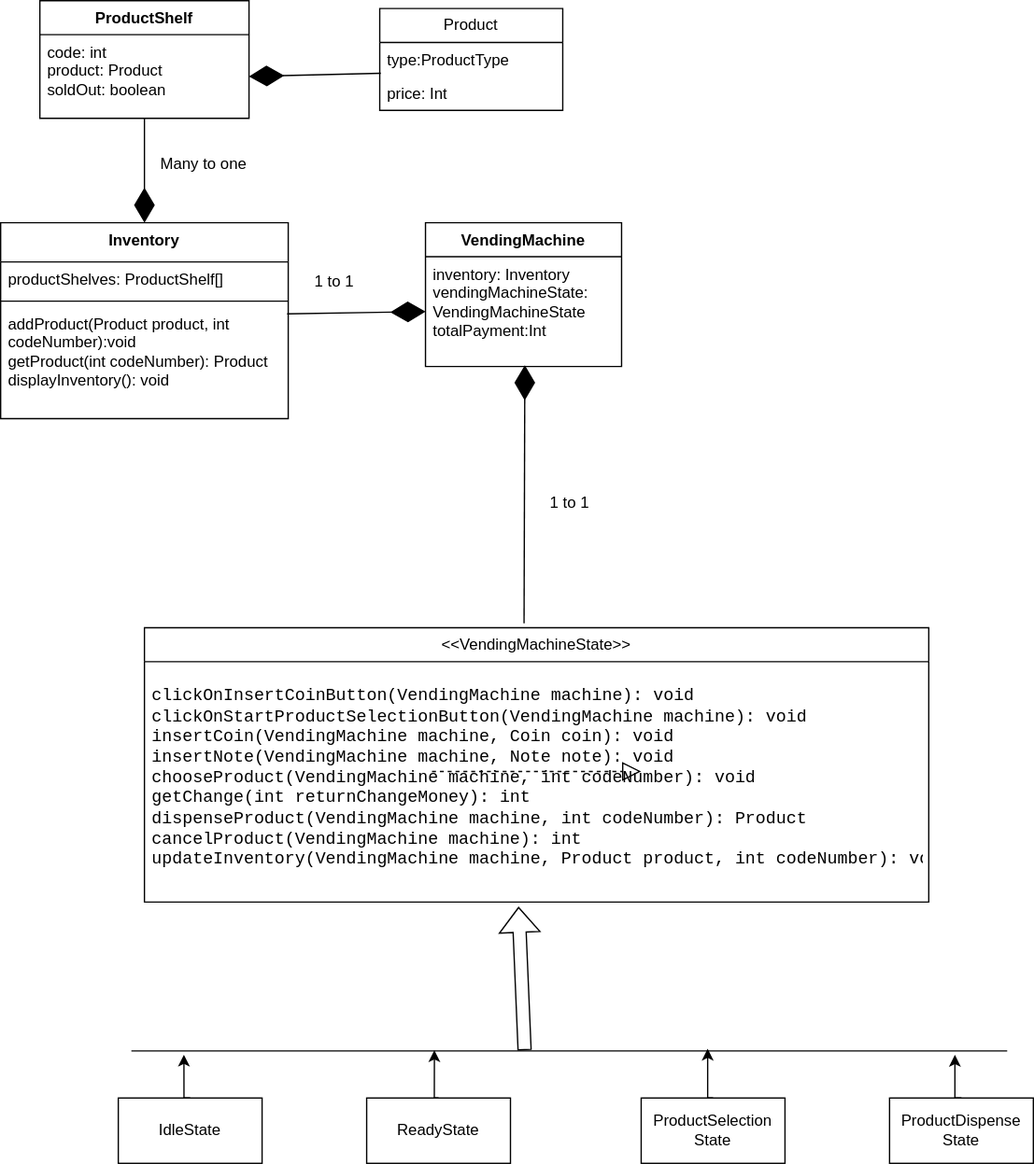
The draw.io diagram src/main/java/lld/vendingmachine/UMldiagram.drawio.svg in chetansj27/design-patterns-code, before a commit. Source tidied: cells renumbered, new cells last; positions are measured from the earlier drawing's top-left corner, leaving out a move shared by most shapes.
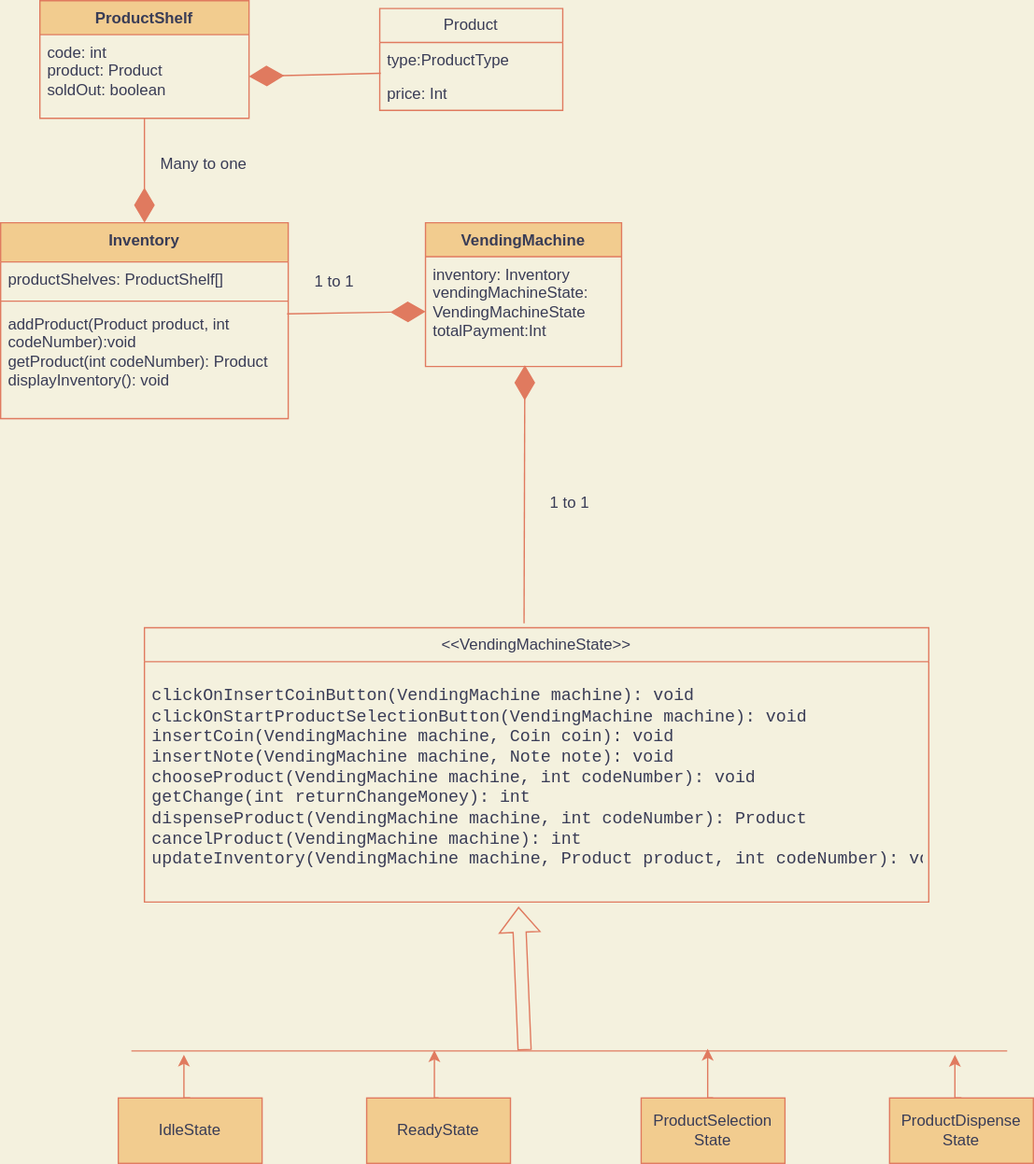
After the commit.

Commit message:
vending machine

What changed in the source:
```diff
@@ -1,107 +1,101 @@
-<mxGraphModel>
+<mxGraphModel background="#F4F1DE">
   <root>
     <mxCell id="0" />
     <mxCell id="1" parent="0" />
-    <mxCell id="2" value="VendingMachine" style="swimlane;fontStyle=1;align=center;verticalAlign=top;horizontal=1;startSize=26;whiteSpace=wrap;html=1;" parent="1" vertex="1">
+    <mxCell id="2" value="VendingMachine" style="swimlane;fontStyle=1;align=center;verticalAlign=top;horizontal=1;startSize=26;whiteSpace=wrap;html=1;fillColor=#F2CC8F;strokeColor=#E07A5F;fontColor=#393C56;" parent="1" vertex="1">
       <mxGeometry x="325" y="170" width="150" height="110" as="geometry" />
     </mxCell>
-    <mxCell id="3" value="inventory: Inventory&lt;div&gt;vendingMachineState: VendingMachineState&lt;/div&gt;&lt;div&gt;totalPayment:Int&lt;/div&gt;" style="text;strokeColor=none;fillColor=none;align=left;verticalAlign=top;spacingLeft=4;spacingRight=4;overflow=hidden;points=[[0,0.5],[1,0.5]];portConstraint=eastwest;whiteSpace=wrap;html=1;" parent="2" vertex="1">
+    <mxCell id="3" value="inventory: Inventory&lt;div&gt;vendingMachineState: VendingMachineState&lt;/div&gt;&lt;div&gt;totalPayment:Int&lt;/div&gt;" style="text;strokeColor=none;fillColor=none;align=left;verticalAlign=top;spacingLeft=4;spacingRight=4;overflow=hidden;points=[[0,0.5],[1,0.5]];portConstraint=eastwest;whiteSpace=wrap;html=1;fontColor=#393C56;" parent="2" vertex="1">
       <mxGeometry y="26" width="150" height="84" as="geometry" />
     </mxCell>
-    <mxCell id="4" value="&amp;lt;&amp;lt;VendingMachineState&amp;gt;&amp;gt;" style="swimlane;fontStyle=0;horizontal=1;startSize=26;fillColor=none;whiteSpace=wrap;html=1;" parent="1" vertex="1">
+    <mxCell id="4" value="&amp;lt;&amp;lt;VendingMachineState&amp;gt;&amp;gt;" style="swimlane;fontStyle=0;horizontal=1;startSize=26;fillColor=none;whiteSpace=wrap;html=1;strokeColor=#E07A5F;fontColor=#393C56;" parent="1" vertex="1">
       <mxGeometry x="110" y="480" width="600" height="210" as="geometry" />
     </mxCell>
-    <mxCell id="5" value="&lt;div style=&quot;&quot;&gt;&lt;pre style=&quot;&quot;&gt;&lt;font face=&quot;JetBrains Mono, monospace&quot;&gt;&lt;span style=&quot;font-size: 13.0667px;&quot;&gt;clickOnInsertCoinButton(VendingMachine machine): void&lt;br&gt;clickOnStartProductSelectionButton(VendingMachine machine): void&lt;br&gt;insertCoin(VendingMachine machine, Coin coin): void&lt;br&gt;insertNote(VendingMachine machine, Note note): void&lt;br&gt;chooseProduct(VendingMachine machine, int codeNumber): void&lt;br&gt;getChange(int returnChangeMoney): int&lt;br&gt;dispenseProduct(VendingMachine machine, int codeNumber): Product&lt;br&gt;cancelProduct(VendingMachine machine): int&lt;br&gt;updateInventory(VendingMachine machine, Product product, int codeNumber): void&lt;/span&gt;&lt;span style=&quot;font-size: 9.8pt;&quot;&gt;&lt;br&gt;&lt;/span&gt;&lt;/font&gt;&lt;/pre&gt;&lt;/div&gt;" style="text;strokeColor=none;fillColor=none;align=left;verticalAlign=top;spacingLeft=4;spacingRight=4;overflow=hidden;points=[[0,0.5],[1,0.5]];portConstraint=eastwest;whiteSpace=wrap;html=1;fontColor=default;labelBackgroundColor=none;" parent="4" vertex="1">
+    <mxCell id="5" value="&lt;div style=&quot;&quot;&gt;&lt;pre style=&quot;&quot;&gt;&lt;font face=&quot;JetBrains Mono, monospace&quot;&gt;&lt;span style=&quot;font-size: 13.0667px;&quot;&gt;clickOnInsertCoinButton(VendingMachine machine): void&lt;br&gt;clickOnStartProductSelectionButton(VendingMachine machine): void&lt;br&gt;insertCoin(VendingMachine machine, Coin coin): void&lt;br&gt;insertNote(VendingMachine machine, Note note): void&lt;br&gt;chooseProduct(VendingMachine machine, int codeNumber): void&lt;br&gt;getChange(int returnChangeMoney): int&lt;br&gt;dispenseProduct(VendingMachine machine, int codeNumber): Product&lt;br&gt;cancelProduct(VendingMachine machine): int&lt;br&gt;updateInventory(VendingMachine machine, Product product, int codeNumber): void&lt;/span&gt;&lt;span style=&quot;font-size: 9.8pt;&quot;&gt;&lt;br&gt;&lt;/span&gt;&lt;/font&gt;&lt;/pre&gt;&lt;/div&gt;" style="text;strokeColor=none;fillColor=none;align=left;verticalAlign=top;spacingLeft=4;spacingRight=4;overflow=hidden;points=[[0,0.5],[1,0.5]];portConstraint=eastwest;whiteSpace=wrap;html=1;fontColor=#393C56;labelBackgroundColor=none;" parent="4" vertex="1">
       <mxGeometry y="26" width="600" height="184" as="geometry" />
     </mxCell>
-    <mxCell id="6" style="endArrow=diamondThin;endFill=1;endSize=24;html=1;rounded=0;exitX=0.484;exitY=-0.016;exitDx=0;exitDy=0;exitPerimeter=0;" parent="1" edge="1" source="4">
+    <mxCell id="6" style="endArrow=diamondThin;endFill=1;endSize=24;html=1;rounded=0;exitX=0.484;exitY=-0.016;exitDx=0;exitDy=0;exitPerimeter=0;labelBackgroundColor=#F4F1DE;strokeColor=#E07A5F;fontColor=#393C56;" parent="1" edge="1" source="4">
       <mxGeometry relative="1" as="geometry">
         <mxPoint x="401" y="279" as="targetPoint" />
       </mxGeometry>
     </mxCell>
-    <mxCell id="7" value="1 to 1" style="text;html=1;align=center;verticalAlign=middle;strokeColor=none;fillColor=none;" parent="1" vertex="1">
+    <mxCell id="7" value="1 to 1" style="text;html=1;align=center;verticalAlign=middle;strokeColor=none;fillColor=none;fontColor=#393C56;" parent="1" vertex="1">
       <mxGeometry x="410" y="370" width="50" height="30" as="geometry" />
     </mxCell>
-    <mxCell id="8" style="endArrow=block;dashed=1;endFill=0;endSize=12;html=1;rounded=0;" parent="1" edge="1">
-      <mxGeometry relative="1" as="geometry">
-        <mxPoint x="330" y="590" as="sourcePoint" />
-        <mxPoint x="490" y="590" as="targetPoint" />
-      </mxGeometry>
-    </mxCell>
-    <mxCell id="9" style="shape=flexArrow;endArrow=classic;html=1;rounded=0;entryX=0.477;entryY=1.02;entryDx=0;entryDy=0;entryPerimeter=0;exitX=0.449;exitY=0.429;exitDx=0;exitDy=0;exitPerimeter=0;" parent="1" edge="1" source="11" target="5">
+    <mxCell id="9" style="shape=flexArrow;endArrow=classic;html=1;rounded=0;entryX=0.477;entryY=1.02;entryDx=0;entryDy=0;entryPerimeter=0;exitX=0.449;exitY=0.429;exitDx=0;exitDy=0;exitPerimeter=0;labelBackgroundColor=#F4F1DE;strokeColor=#E07A5F;fontColor=#393C56;" parent="1" edge="1" source="11" target="5">
       <mxGeometry relative="1" as="geometry" />
     </mxCell>
-    <mxCell id="10" value="IdleState" style="html=1;whiteSpace=wrap;" parent="1" vertex="1">
+    <mxCell id="10" value="IdleState" style="html=1;whiteSpace=wrap;fillColor=#F2CC8F;strokeColor=#E07A5F;fontColor=#393C56;" parent="1" vertex="1">
       <mxGeometry x="90" y="840" width="110" height="50" as="geometry" />
     </mxCell>
-    <mxCell id="11" style="line;strokeWidth=1;fillColor=none;align=left;verticalAlign=middle;spacingTop=-1;spacingLeft=3;spacingRight=3;labelPosition=right;points=[];portConstraint=eastwest;strokeColor=inherit;" parent="1" vertex="1">
+    <mxCell id="11" style="line;strokeWidth=1;fillColor=none;align=left;verticalAlign=middle;spacingTop=-1;spacingLeft=3;spacingRight=3;labelPosition=right;points=[];portConstraint=eastwest;strokeColor=#E07A5F;labelBackgroundColor=#F4F1DE;fontColor=#393C56;" parent="1" vertex="1">
       <mxGeometry x="100" y="800" width="670" height="8" as="geometry" />
     </mxCell>
-    <mxCell id="12" style="edgeStyle=orthogonalEdgeStyle;rounded=0;jettySize=auto;html=1;exitX=0.5;exitY=0;exitDx=0;exitDy=0;entryX=0.06;entryY=0.857;entryDx=0;entryDy=0;entryPerimeter=0;" parent="1" edge="1" source="10" target="11">
+    <mxCell id="12" style="edgeStyle=orthogonalEdgeStyle;rounded=0;jettySize=auto;html=1;exitX=0.5;exitY=0;exitDx=0;exitDy=0;entryX=0.06;entryY=0.857;entryDx=0;entryDy=0;entryPerimeter=0;labelBackgroundColor=#F4F1DE;strokeColor=#E07A5F;fontColor=#393C56;" parent="1" edge="1" source="10" target="11">
       <mxGeometry relative="1" as="geometry" />
     </mxCell>
-    <mxCell id="13" value="ReadyState" style="html=1;whiteSpace=wrap;" parent="1" vertex="1">
+    <mxCell id="13" value="ReadyState" style="html=1;whiteSpace=wrap;fillColor=#F2CC8F;strokeColor=#E07A5F;fontColor=#393C56;" parent="1" vertex="1">
       <mxGeometry x="280" y="840" width="110" height="50" as="geometry" />
     </mxCell>
-    <mxCell id="14" value="ProductSelection&lt;div&gt;State&lt;/div&gt;" style="html=1;whiteSpace=wrap;" parent="1" vertex="1">
+    <mxCell id="14" value="ProductSelection&lt;div&gt;State&lt;/div&gt;" style="html=1;whiteSpace=wrap;fillColor=#F2CC8F;strokeColor=#E07A5F;fontColor=#393C56;" parent="1" vertex="1">
       <mxGeometry x="490" y="840" width="110" height="50" as="geometry" />
     </mxCell>
-    <mxCell id="15" value="ProductDispense&lt;div&gt;State&lt;/div&gt;" style="html=1;whiteSpace=wrap;" parent="1" vertex="1">
+    <mxCell id="15" value="ProductDispense&lt;div&gt;State&lt;/div&gt;" style="html=1;whiteSpace=wrap;fillColor=#F2CC8F;strokeColor=#E07A5F;fontColor=#393C56;" parent="1" vertex="1">
       <mxGeometry x="680" y="840" width="110" height="50" as="geometry" />
     </mxCell>
-    <mxCell id="16" style="edgeStyle=orthogonalEdgeStyle;rounded=0;jettySize=auto;html=1;exitX=0.5;exitY=0;exitDx=0;exitDy=0;entryX=0.06;entryY=0.857;entryDx=0;entryDy=0;entryPerimeter=0;" parent="1" edge="1" source="15">
+    <mxCell id="16" style="edgeStyle=orthogonalEdgeStyle;rounded=0;jettySize=auto;html=1;exitX=0.5;exitY=0;exitDx=0;exitDy=0;entryX=0.06;entryY=0.857;entryDx=0;entryDy=0;entryPerimeter=0;labelBackgroundColor=#F4F1DE;strokeColor=#E07A5F;fontColor=#393C56;" parent="1" edge="1" source="15">
       <mxGeometry relative="1" as="geometry">
         <mxPoint x="730" y="807" as="targetPoint" />
       </mxGeometry>
     </mxCell>
-    <mxCell id="17" style="edgeStyle=orthogonalEdgeStyle;rounded=0;jettySize=auto;html=1;exitX=0.5;exitY=0;exitDx=0;exitDy=0;entryX=0.658;entryY=0.286;entryDx=0;entryDy=0;entryPerimeter=0;" parent="1" edge="1" source="14" target="11">
+    <mxCell id="17" style="edgeStyle=orthogonalEdgeStyle;rounded=0;jettySize=auto;html=1;exitX=0.5;exitY=0;exitDx=0;exitDy=0;entryX=0.658;entryY=0.286;entryDx=0;entryDy=0;entryPerimeter=0;labelBackgroundColor=#F4F1DE;strokeColor=#E07A5F;fontColor=#393C56;" parent="1" edge="1" source="14" target="11">
       <mxGeometry relative="1" as="geometry" />
     </mxCell>
-    <mxCell id="18" style="edgeStyle=orthogonalEdgeStyle;rounded=0;jettySize=auto;html=1;exitX=0.5;exitY=0;exitDx=0;exitDy=0;entryX=0.346;entryY=0.429;entryDx=0;entryDy=0;entryPerimeter=0;" parent="1" edge="1" source="13" target="11">
+    <mxCell id="18" style="edgeStyle=orthogonalEdgeStyle;rounded=0;jettySize=auto;html=1;exitX=0.5;exitY=0;exitDx=0;exitDy=0;entryX=0.346;entryY=0.429;entryDx=0;entryDy=0;entryPerimeter=0;labelBackgroundColor=#F4F1DE;strokeColor=#E07A5F;fontColor=#393C56;" parent="1" edge="1" source="13" target="11">
       <mxGeometry relative="1" as="geometry" />
     </mxCell>
-    <mxCell id="19" value="Inventory" style="swimlane;fontStyle=1;align=center;verticalAlign=top;horizontal=1;startSize=30;whiteSpace=wrap;html=1;" parent="1" vertex="1">
+    <mxCell id="19" value="Inventory" style="swimlane;fontStyle=1;align=center;verticalAlign=top;horizontal=1;startSize=30;whiteSpace=wrap;html=1;fillColor=#F2CC8F;strokeColor=#E07A5F;fontColor=#393C56;" parent="1" vertex="1">
       <mxGeometry y="170" width="220" height="150" as="geometry" />
     </mxCell>
-    <mxCell id="20" value="productShelves: ProductShelf[]" style="text;strokeColor=none;fillColor=none;align=left;verticalAlign=top;spacingLeft=4;spacingRight=4;overflow=hidden;whiteSpace=wrap;html=1;" parent="19" vertex="1">
+    <mxCell id="20" value="productShelves: ProductShelf[]" style="text;strokeColor=none;fillColor=none;align=left;verticalAlign=top;spacingLeft=4;spacingRight=4;overflow=hidden;whiteSpace=wrap;html=1;fontColor=#393C56;" parent="19" vertex="1">
       <mxGeometry y="30" width="220" height="26" as="geometry" />
     </mxCell>
-    <mxCell id="21" style="line;strokeWidth=1;fillColor=none;align=left;verticalAlign=middle;spacingTop=-1;spacingLeft=3;spacingRight=3;labelPosition=right;strokeColor=inherit;" parent="19" vertex="1">
+    <mxCell id="21" style="line;strokeWidth=1;fillColor=none;align=left;verticalAlign=middle;spacingTop=-1;spacingLeft=3;spacingRight=3;labelPosition=right;strokeColor=#E07A5F;labelBackgroundColor=#F4F1DE;fontColor=#393C56;" parent="19" vertex="1">
       <mxGeometry y="56" width="220" height="8" as="geometry" />
     </mxCell>
-    <mxCell id="22" value="addProduct(Product product, int codeNumber):void&lt;div&gt;getProduct(int codeNumber): Product&lt;/div&gt;&lt;div&gt;displayInventory(): void&lt;br&gt;&lt;div&gt;&lt;span style=&quot;white-space: pre;&quot;&gt;&#9;&lt;/span&gt;&lt;/div&gt;&lt;/div&gt;" style="text;strokeColor=none;fillColor=none;align=left;verticalAlign=top;spacingLeft=4;spacingRight=4;overflow=hidden;points=[[0,0.5],[1,0.5]];portConstraint=eastwest;whiteSpace=wrap;html=1;" parent="19" vertex="1">
+    <mxCell id="22" value="addProduct(Product product, int codeNumber):void&lt;div&gt;getProduct(int codeNumber): Product&lt;/div&gt;&lt;div&gt;displayInventory(): void&lt;br&gt;&lt;div&gt;&lt;span style=&quot;white-space: pre;&quot;&gt;&#9;&lt;/span&gt;&lt;/div&gt;&lt;/div&gt;" style="text;strokeColor=none;fillColor=none;align=left;verticalAlign=top;spacingLeft=4;spacingRight=4;overflow=hidden;points=[[0,0.5],[1,0.5]];portConstraint=eastwest;whiteSpace=wrap;html=1;fontColor=#393C56;" parent="19" vertex="1">
       <mxGeometry y="64" width="220" height="86" as="geometry" />
     </mxCell>
-    <mxCell id="23" style="endArrow=diamondThin;endFill=1;endSize=24;html=1;rounded=0;exitX=0.996;exitY=0.067;exitDx=0;exitDy=0;exitPerimeter=0;entryX=0;entryY=0.5;entryDx=0;entryDy=0;" parent="1" edge="1" source="22" target="3">
+    <mxCell id="23" style="endArrow=diamondThin;endFill=1;endSize=24;html=1;rounded=0;exitX=0.996;exitY=0.067;exitDx=0;exitDy=0;exitPerimeter=0;entryX=0;entryY=0.5;entryDx=0;entryDy=0;labelBackgroundColor=#F4F1DE;strokeColor=#E07A5F;fontColor=#393C56;" parent="1" edge="1" source="22" target="3">
       <mxGeometry relative="1" as="geometry" />
     </mxCell>
-    <mxCell id="24" value="ProductShelf" style="swimlane;fontStyle=1;align=center;verticalAlign=top;horizontal=1;startSize=26;whiteSpace=wrap;html=1;" parent="1" vertex="1">
+    <mxCell id="24" value="ProductShelf" style="swimlane;fontStyle=1;align=center;verticalAlign=top;horizontal=1;startSize=26;whiteSpace=wrap;html=1;fillColor=#F2CC8F;strokeColor=#E07A5F;fontColor=#393C56;" parent="1" vertex="1">
       <mxGeometry x="30" width="160" height="90" as="geometry" />
     </mxCell>
-    <mxCell id="25" value="code: int&lt;div&gt;product: Product&lt;/div&gt;&lt;div&gt;soldOut: boolean&lt;/div&gt;" style="text;strokeColor=none;fillColor=none;align=left;verticalAlign=top;spacingLeft=4;spacingRight=4;overflow=hidden;points=[[0,0.5],[1,0.5]];portConstraint=eastwest;whiteSpace=wrap;html=1;" parent="24" vertex="1">
+    <mxCell id="25" value="code: int&lt;div&gt;product: Product&lt;/div&gt;&lt;div&gt;soldOut: boolean&lt;/div&gt;" style="text;strokeColor=none;fillColor=none;align=left;verticalAlign=top;spacingLeft=4;spacingRight=4;overflow=hidden;points=[[0,0.5],[1,0.5]];portConstraint=eastwest;whiteSpace=wrap;html=1;fontColor=#393C56;" parent="24" vertex="1">
       <mxGeometry y="26" width="160" height="64" as="geometry" />
     </mxCell>
-    <mxCell id="26" style="endArrow=diamondThin;endFill=1;endSize=24;html=1;rounded=0;entryX=0.5;entryY=0;entryDx=0;entryDy=0;" parent="1" edge="1" target="19">
+    <mxCell id="26" style="endArrow=diamondThin;endFill=1;endSize=24;html=1;rounded=0;entryX=0.5;entryY=0;entryDx=0;entryDy=0;labelBackgroundColor=#F4F1DE;strokeColor=#E07A5F;fontColor=#393C56;" parent="1" edge="1" target="19">
       <mxGeometry relative="1" as="geometry">
         <mxPoint x="110" y="90" as="sourcePoint" />
       </mxGeometry>
     </mxCell>
-    <mxCell id="27" value="Many to one" style="text;html=1;align=center;verticalAlign=middle;strokeColor=none;fillColor=none;" parent="1" vertex="1">
+    <mxCell id="27" value="Many to one" style="text;html=1;align=center;verticalAlign=middle;strokeColor=none;fillColor=none;fontColor=#393C56;" parent="1" vertex="1">
       <mxGeometry x="110" y="110" width="90" height="30" as="geometry" />
     </mxCell>
-    <mxCell id="28" value="Product" style="swimlane;fontStyle=0;horizontal=1;startSize=26;fillColor=none;whiteSpace=wrap;html=1;" parent="1" vertex="1">
+    <mxCell id="28" value="Product" style="swimlane;fontStyle=0;horizontal=1;startSize=26;fillColor=none;whiteSpace=wrap;html=1;strokeColor=#E07A5F;fontColor=#393C56;" parent="1" vertex="1">
       <mxGeometry x="290" y="6" width="140" height="78" as="geometry" />
     </mxCell>
-    <mxCell id="29" value="type:ProductType" style="text;strokeColor=none;fillColor=none;align=left;verticalAlign=top;spacingLeft=4;spacingRight=4;overflow=hidden;points=[[0,0.5],[1,0.5]];portConstraint=eastwest;whiteSpace=wrap;html=1;" parent="28" vertex="1">
+    <mxCell id="29" value="type:ProductType" style="text;strokeColor=none;fillColor=none;align=left;verticalAlign=top;spacingLeft=4;spacingRight=4;overflow=hidden;points=[[0,0.5],[1,0.5]];portConstraint=eastwest;whiteSpace=wrap;html=1;fontColor=#393C56;" parent="28" vertex="1">
       <mxGeometry y="26" width="140" height="26" as="geometry" />
     </mxCell>
-    <mxCell id="30" value="price: Int" style="text;strokeColor=none;fillColor=none;align=left;verticalAlign=top;spacingLeft=4;spacingRight=4;overflow=hidden;whiteSpace=wrap;html=1;" parent="28" vertex="1">
+    <mxCell id="30" value="price: Int" style="text;strokeColor=none;fillColor=none;align=left;verticalAlign=top;spacingLeft=4;spacingRight=4;overflow=hidden;whiteSpace=wrap;html=1;fontColor=#393C56;" parent="28" vertex="1">
       <mxGeometry y="52" width="140" height="26" as="geometry" />
     </mxCell>
-    <mxCell id="31" style="endArrow=diamondThin;endFill=1;endSize=24;html=1;rounded=0;exitX=0.006;exitY=0.908;exitDx=0;exitDy=0;exitPerimeter=0;entryX=1;entryY=0.5;entryDx=0;entryDy=0;" parent="1" edge="1" source="29" target="25">
+    <mxCell id="31" style="endArrow=diamondThin;endFill=1;endSize=24;html=1;rounded=0;exitX=0.006;exitY=0.908;exitDx=0;exitDy=0;exitPerimeter=0;entryX=1;entryY=0.5;entryDx=0;entryDy=0;labelBackgroundColor=#F4F1DE;strokeColor=#E07A5F;fontColor=#393C56;" parent="1" edge="1" source="29" target="25">
       <mxGeometry relative="1" as="geometry" />
     </mxCell>
-    <mxCell id="32" value="1 to 1" style="text;html=1;align=center;verticalAlign=middle;strokeColor=none;fillColor=none;" parent="1" vertex="1">
+    <mxCell id="32" value="1 to 1" style="text;html=1;align=center;verticalAlign=middle;strokeColor=none;fillColor=none;fontColor=#393C56;" parent="1" vertex="1">
       <mxGeometry x="230" y="200" width="50" height="30" as="geometry" />
     </mxCell>
   </root>
```
